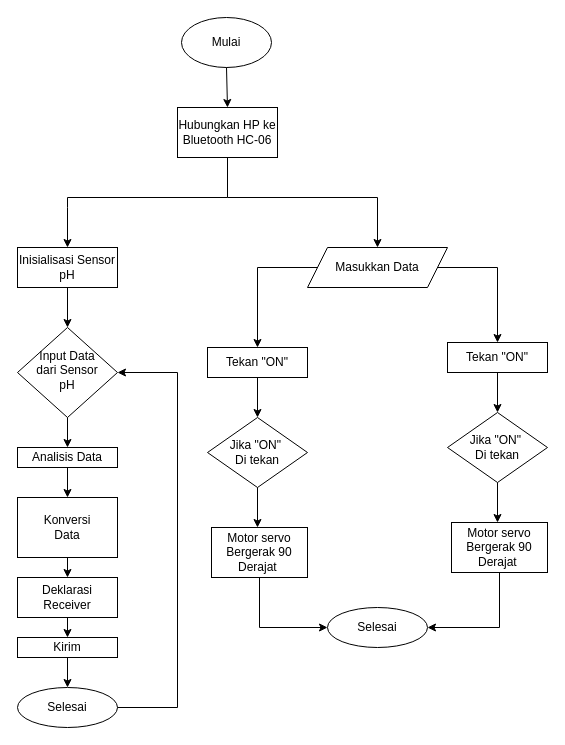
The draw.io diagram Untitled Diagram.drawio in Handrawinata/komunikasi-nrf, before the edit. Source tidied: cells renumbered, new cells numbered last; positions are measured from the earlier drawing's top-left corner, leaving out a move shared by most shapes. Both pictures are drawn from the tidied source at 100%, with x=0, y=0 at pixel (17, 17).
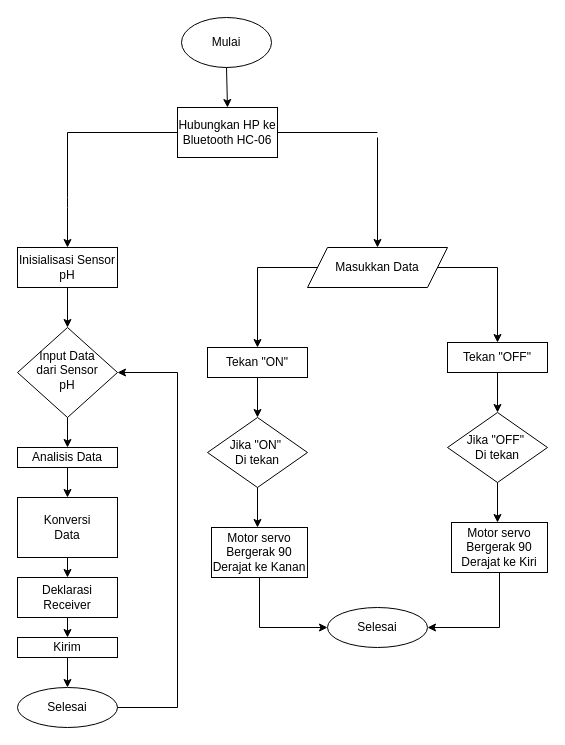
After the change.

Unchanged cells that the change refers to:
```xml
<mxCell id="4" value="Inisialisasi Sensor&lt;br&gt;pH" style="rounded=0;whiteSpace=wrap;html=1;" parent="1" vertex="1">
  <mxGeometry y="230" width="100" height="40" as="geometry" />
</mxCell>
<mxCell id="17" value="Hubungkan HP ke&lt;br&gt;Bluetooth HC-06" style="rounded=0;whiteSpace=wrap;html=1;" parent="1" vertex="1">
  <mxGeometry x="160" y="90" width="100" height="50" as="geometry" />
</mxCell>
<mxCell id="21" value="Masukkan Data" style="shape=parallelogram;perimeter=parallelogramPerimeter;whiteSpace=wrap;html=1;fixedSize=1;" parent="1" vertex="1">
  <mxGeometry x="290" y="230" width="140" height="40" as="geometry" />
</mxCell>
```

What changed in the source:
```diff
@@
-    <mxCell id="5" style="endArrow=classic;html=1;rounded=0;entryX=0.5;entryY=0;entryDx=0;entryDy=0;exitX=0.5;exitY=1;exitDx=0;exitDy=0;" parent="1" edge="1" source="17" target="4">
+    <mxCell id="5" style="endArrow=classic;html=1;rounded=0;entryX=0.5;entryY=0;entryDx=0;entryDy=0;exitX=0;exitY=0.5;exitDx=0;exitDy=0;" parent="1" edge="1" source="17" target="4">
       <mxGeometry relative="1" as="geometry">
         <Array as="points">
-          <mxPoint x="210" y="180" />
+          <mxPoint x="50" y="115" />
           <mxPoint x="50" y="180" />
           <mxPoint x="50" y="190" />
         </Array>
       </mxGeometry>
     </mxCell>
@@
-    <mxCell id="19" style="endArrow=none;html=1;rounded=0;" parent="1" edge="1">
+    <mxCell id="19" style="endArrow=none;html=1;rounded=0;exitX=1;exitY=0.5;exitDx=0;exitDy=0;" parent="1" edge="1" source="17">
       <mxGeometry relative="1" as="geometry">
-        <mxPoint x="210" y="180" as="sourcePoint" />
-        <mxPoint x="360" y="180" as="targetPoint" />
+        <mxPoint x="360" y="115" as="targetPoint" />
       </mxGeometry>
     </mxCell>
     <mxCell id="20" style="endArrow=classic;html=1;rounded=0;entryX=0.5;entryY=0;entryDx=0;entryDy=0;" parent="1" edge="1" target="21">
       <mxGeometry relative="1" as="geometry">
-        <mxPoint x="360" y="180" as="sourcePoint" />
+        <mxPoint x="360" y="120" as="sourcePoint" />
       </mxGeometry>
     </mxCell>
@@
-    <mxCell id="28" value="Motor servo&lt;br&gt;Bergerak 90 Derajat&amp;nbsp;" style="rounded=0;whiteSpace=wrap;html=1;" parent="1" vertex="1">
+    <mxCell id="28" value="Motor servo&lt;br&gt;Bergerak 90 Derajat ke Kanan" style="rounded=0;whiteSpace=wrap;html=1;" parent="1" vertex="1">
       <mxGeometry x="194" y="510" width="96" height="50" as="geometry" />
     </mxCell>
@@
-    <mxCell id="31" value="Tekan &quot;ON&quot;" style="rounded=0;whiteSpace=wrap;html=1;" parent="1" vertex="1">
+    <mxCell id="31" value="Tekan &quot;OFF&quot;" style="rounded=0;whiteSpace=wrap;html=1;" parent="1" vertex="1">
       <mxGeometry x="430" y="325" width="100" height="30" as="geometry" />
     </mxCell>
@@
-    <mxCell id="33" value="Jika &quot;ON&quot;&amp;nbsp;&lt;br&gt;Di tekan" style="rhombus;whiteSpace=wrap;html=1;" parent="1" vertex="1">
+    <mxCell id="33" value="Jika &quot;OFF&quot;&amp;nbsp;&lt;br&gt;Di tekan" style="rhombus;whiteSpace=wrap;html=1;" parent="1" vertex="1">
       <mxGeometry x="430" y="395" width="100" height="70" as="geometry" />
     </mxCell>
@@
-    <mxCell id="36" value="Motor servo&lt;br&gt;Bergerak 90 Derajat&amp;nbsp;" style="rounded=0;whiteSpace=wrap;html=1;" parent="1" vertex="1">
+    <mxCell id="36" value="Motor servo&lt;br&gt;Bergerak 90 Derajat ke Kiri" style="rounded=0;whiteSpace=wrap;html=1;" parent="1" vertex="1">
       <mxGeometry x="434" y="505" width="96" height="50" as="geometry" />
     </mxCell>
```
